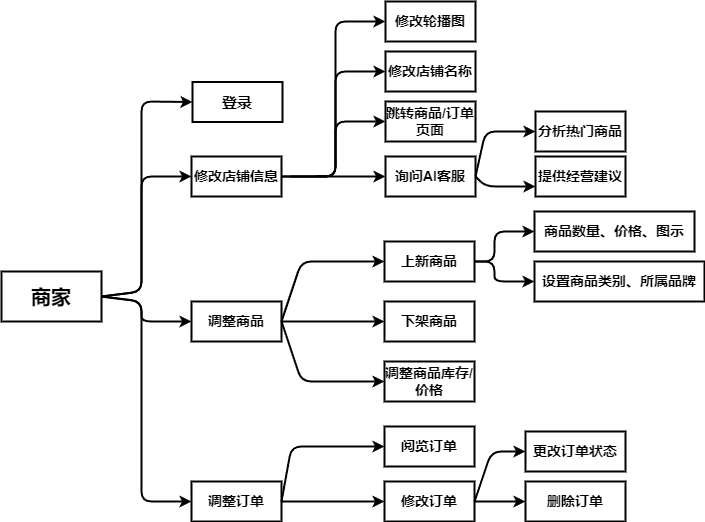
Earlier version of the draw.io export 9.drawio.png (xiyuliu509/microservice-shop). Source tidied: cells renumbered, new cells last; positions are measured from the earlier drawing's top-left corner, leaving out a move shared by most shapes.
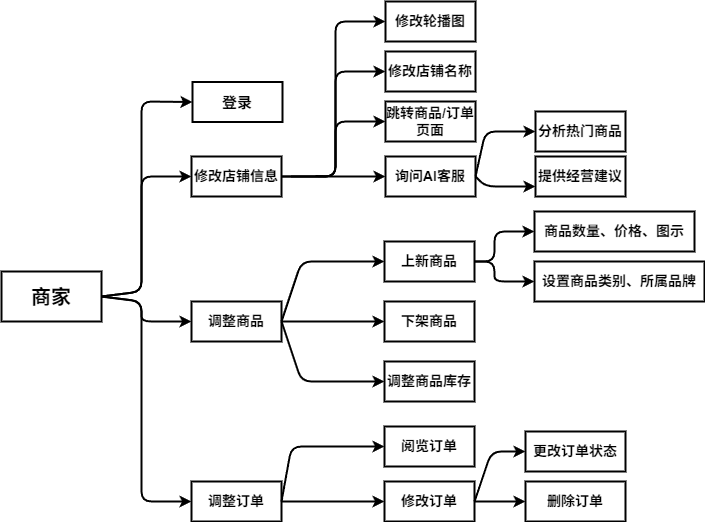
After the change.

The edit, as a diff of the source:
```diff
@@ -41,7 +41,7 @@
     <mxCell id="9" value="&lt;span style=&quot;font-size: 14px;&quot;&gt;&lt;b&gt;下架商品&lt;/b&gt;&lt;/span&gt;" style="rounded=0;whiteSpace=wrap;html=1;strokeWidth=2;" parent="1" vertex="1">
       <mxGeometry x="383" y="300" width="90" height="40" as="geometry" />
     </mxCell>
-    <mxCell id="10" value="&lt;span style=&quot;font-size: 14px;&quot;&gt;&lt;b&gt;调整商品库存/价格&lt;/b&gt;&lt;/span&gt;" style="rounded=0;whiteSpace=wrap;html=1;strokeWidth=2;" parent="1" vertex="1">
+    <mxCell id="10" value="&lt;span style=&quot;font-size: 14px;&quot;&gt;&lt;b&gt;调整商品库存&lt;/b&gt;&lt;/span&gt;" style="rounded=0;whiteSpace=wrap;html=1;strokeWidth=2;" parent="1" vertex="1">
       <mxGeometry x="383" y="360" width="90" height="40" as="geometry" />
     </mxCell>
     <mxCell id="11" value="&lt;span style=&quot;font-size: 14px;&quot;&gt;&lt;b&gt;调整订单&lt;/b&gt;&lt;/span&gt;" style="rounded=0;whiteSpace=wrap;html=1;strokeWidth=2;" parent="1" vertex="1">
```
